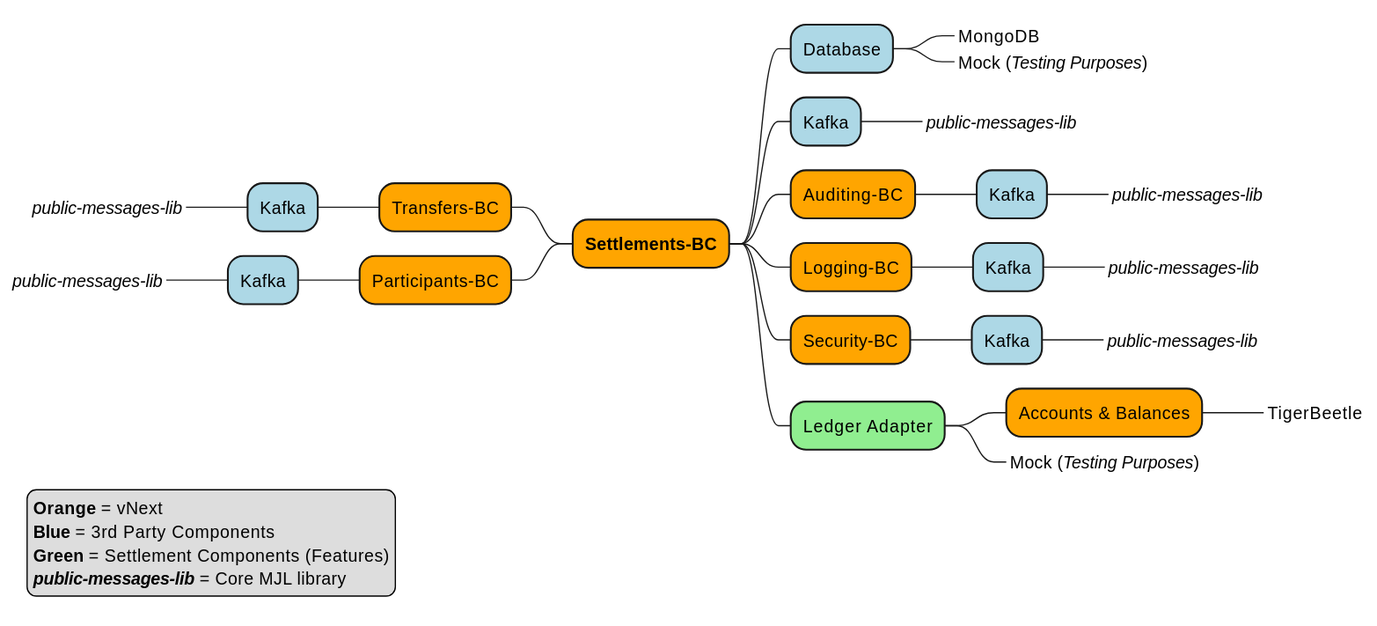
The PlantUML diagram docs/flows/30-settlement-architecture-vnext.svg in mojaloop/settlements-bc, before a commit.
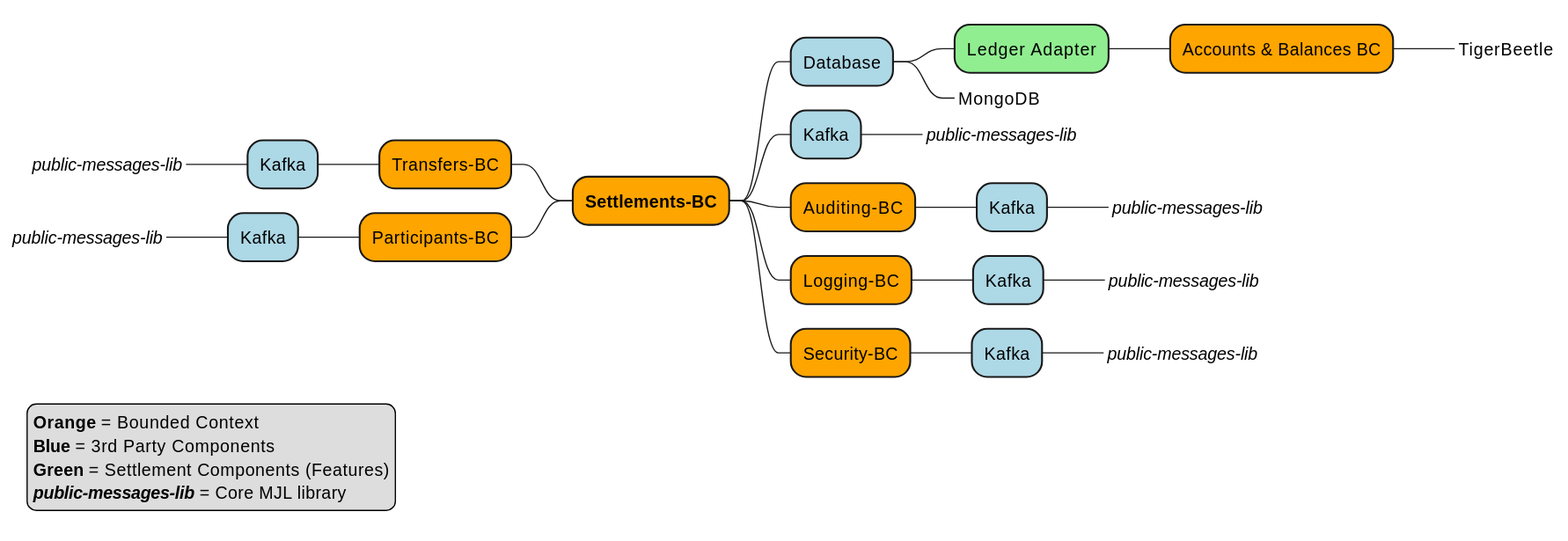
After the commit.

Commit message:
[ci skip] Context

Diff of the diagram source:
```diff
@@ -1,8 +1,10 @@
 @startmindmap
 +[#Orange] **Settlements-BC**
 ++[#Lightblue] Database
++++[#LightGreen] Ledger Adapter
+++++[#Orange] Accounts & Balances BC
+*****_ TigerBeetle
 +++_ MongoDB
-+++_ Mock (//Testing Purposes//)
 ++[#Lightblue] Kafka
 +++_ //public-messages-lib//
 ++[#Orange] Auditing-BC
@@ -14,10 +16,6 @@
 ++[#Orange] Security-BC
 +++[#Lightblue] Kafka
 ++++_ //public-messages-lib//
-++[#LightGreen] Ledger Adapter
-+++[#Orange] Accounts & Balances
-****_ TigerBeetle
-***_ Mock (//Testing Purposes//)
 --[#Orange] Transfers-BC
 ---[#Lightblue] Kafka
 ----_ //public-messages-lib//
@@ -26,7 +24,7 @@
 ----_ //public-messages-lib//
 
 legend left
-**Orange** = vNext
+**Orange** = Bounded Context
 **Blue** = 3rd Party Components
 **Green** = Settlement Components (Features)
 **//public-messages-lib//** = Core MJL library
```
